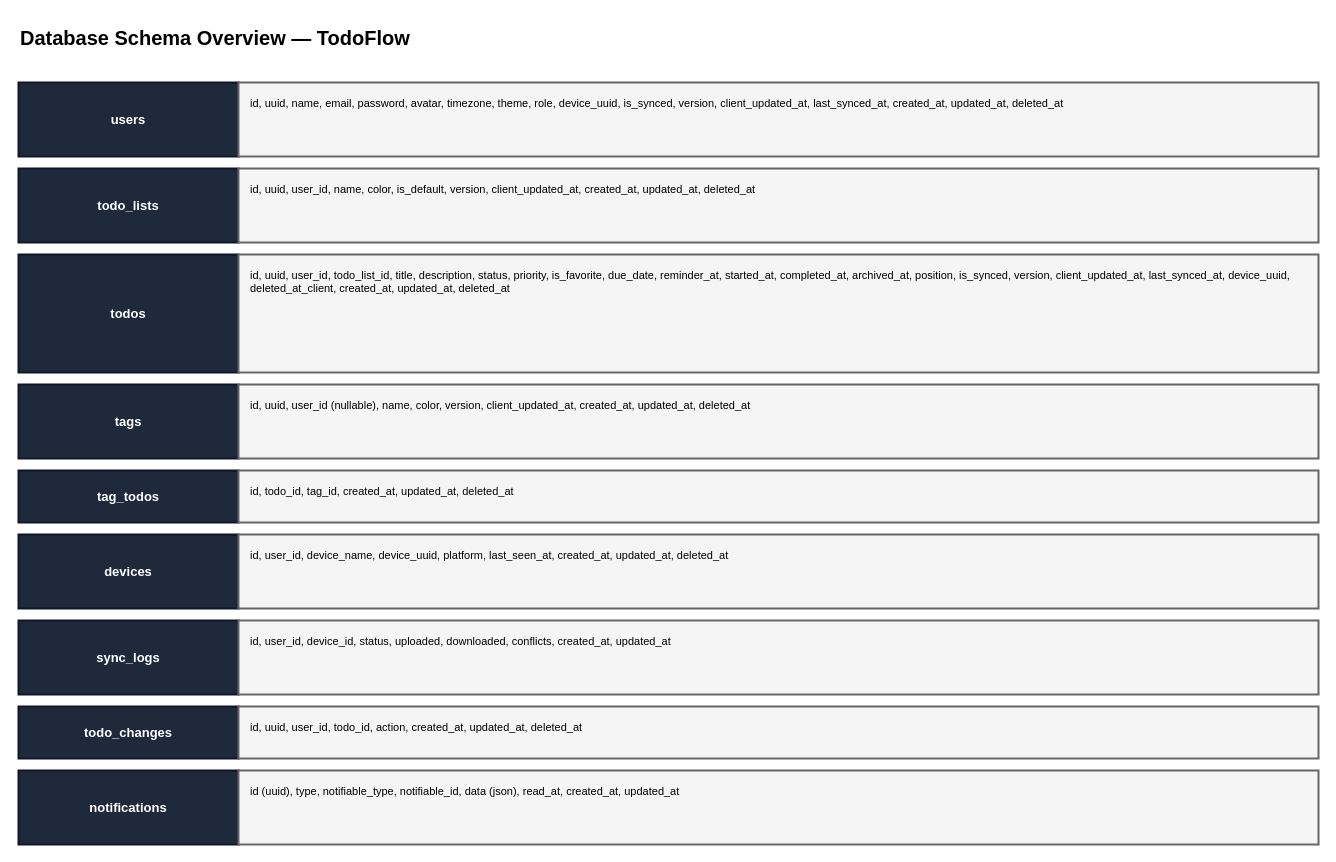
Wuninsu/my-todo keeps this draw.io diagram as ProjectDocs/drawio/fig_3_6_schema.drawio. Above is the earlier version. Source tidied: cells renumbered, new cells numbered last; positions are measured from the earlier drawing's top-left corner, leaving out a move shared by most shapes. Both pictures are drawn from the tidied source at 100%, with x=0, y=0 at pixel (18, 17).
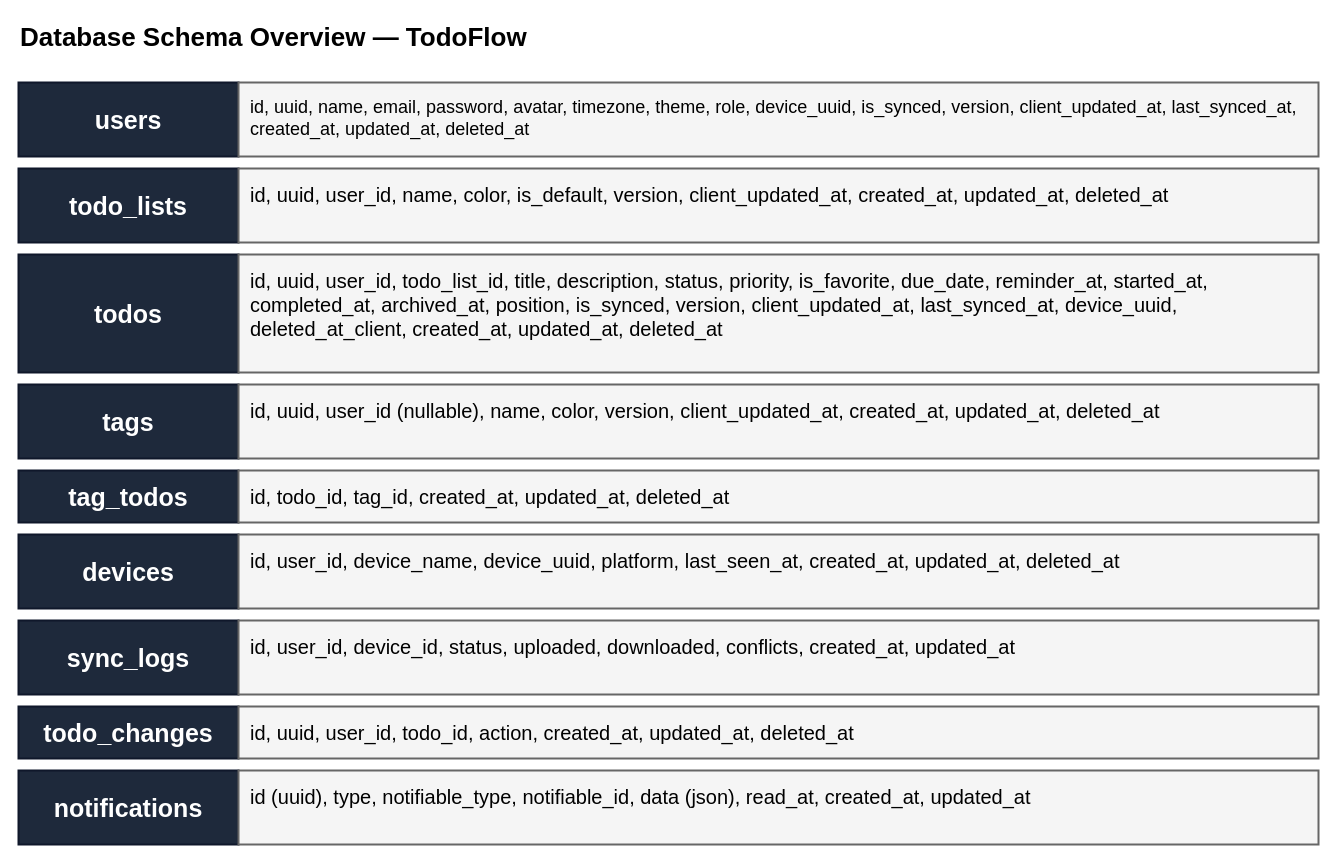
After the change.

What changed in the source:
```diff
@@
-    <mxCell id="2" value="Database Schema Overview — TodoFlow" style="text;html=1;align=left;verticalAlign=middle;fontSize=20;fontStyle=1;" parent="1" vertex="1">
+    <mxCell id="2" value="Database Schema Overview — TodoFlow" style="text;html=1;align=left;verticalAlign=middle;fontSize=26;fontStyle=1;" parent="1" vertex="1">
       <mxGeometry width="900" height="40" as="geometry" />
     </mxCell>
-    <mxCell id="3" value="users" style="rounded=0;whiteSpace=wrap;html=1;fillColor=#1e293b;strokeColor=#0f172a;fontSize=13;align=center;valign=middle;strokeWidth=2;fontStyle=1;fontColor=#ffffff;" parent="1" vertex="1">
+    <mxCell id="3" value="users" style="rounded=0;whiteSpace=wrap;html=1;fillColor=#1e293b;strokeColor=#0f172a;fontSize=25;align=center;valign=middle;strokeWidth=2;fontStyle=1;fontColor=#ffffff;" parent="1" vertex="1">
       <mxGeometry y="65" width="220" height="74" as="geometry" />
     </mxCell>
-    <mxCell id="4" value="id, uuid, name, email, password, avatar, timezone, theme, role, device_uuid, is_synced, version, client_updated_at, last_synced_at, created_at, updated_at, deleted_at" style="rounded=0;whiteSpace=wrap;html=1;fillColor=#f5f5f5;strokeColor=#666666;fontSize=11;align=left;valign=middle;strokeWidth=2;verticalAlign=top;spacingLeft=10;spacingTop=8;" parent="1" vertex="1">
+    <mxCell id="4" value="&lt;font style=&quot;font-size: 18px;&quot;&gt;id, uuid, name, email, password, avatar, timezone, theme, role, device_uuid, is_synced, version, client_updated_at, last_synced_at, created_at, updated_at, deleted_at&lt;/font&gt;" style="rounded=0;whiteSpace=wrap;html=1;fillColor=#f5f5f5;strokeColor=#666666;fontSize=11;align=left;valign=middle;strokeWidth=2;verticalAlign=top;spacingLeft=10;spacingTop=8;" parent="1" vertex="1">
       <mxGeometry x="220" y="65" width="1080" height="74" as="geometry" />
     </mxCell>
-    <mxCell id="5" value="todo_lists" style="rounded=0;whiteSpace=wrap;html=1;fillColor=#1e293b;strokeColor=#0f172a;fontSize=13;align=center;valign=middle;strokeWidth=2;fontStyle=1;fontColor=#ffffff;" parent="1" vertex="1">
+    <mxCell id="5" value="todo_lists" style="rounded=0;whiteSpace=wrap;html=1;fillColor=#1e293b;strokeColor=#0f172a;fontSize=25;align=center;valign=middle;strokeWidth=2;fontStyle=1;fontColor=#ffffff;" parent="1" vertex="1">
       <mxGeometry y="151" width="220" height="74" as="geometry" />
     </mxCell>
-    <mxCell id="6" value="id, uuid, user_id, name, color, is_default, version, client_updated_at, created_at, updated_at, deleted_at" style="rounded=0;whiteSpace=wrap;html=1;fillColor=#f5f5f5;strokeColor=#666666;fontSize=11;align=left;valign=middle;strokeWidth=2;verticalAlign=top;spacingLeft=10;spacingTop=8;" parent="1" vertex="1">
+    <mxCell id="6" value="id, uuid, user_id, name, color, is_default, version, client_updated_at, created_at, updated_at, deleted_at" style="rounded=0;whiteSpace=wrap;html=1;fillColor=#f5f5f5;strokeColor=#666666;fontSize=20;align=left;valign=middle;strokeWidth=2;verticalAlign=top;spacingLeft=10;spacingTop=8;" parent="1" vertex="1">
       <mxGeometry x="220" y="151" width="1080" height="74" as="geometry" />
     </mxCell>
-    <mxCell id="7" value="todos" style="rounded=0;whiteSpace=wrap;html=1;fillColor=#1e293b;strokeColor=#0f172a;fontSize=13;align=center;valign=middle;strokeWidth=2;fontStyle=1;fontColor=#ffffff;" parent="1" vertex="1">
+    <mxCell id="7" value="todos" style="rounded=0;whiteSpace=wrap;html=1;fillColor=#1e293b;strokeColor=#0f172a;fontSize=25;align=center;valign=middle;strokeWidth=2;fontStyle=1;fontColor=#ffffff;" parent="1" vertex="1">
       <mxGeometry y="237" width="220" height="118" as="geometry" />
     </mxCell>
-    <mxCell id="8" value="id, uuid, user_id, todo_list_id, title, description, status, priority, is_favorite, due_date, reminder_at, started_at, completed_at, archived_at, position, is_synced, version, client_updated_at, last_synced_at, device_uuid, deleted_at_client, created_at, updated_at, deleted_at" style="rounded=0;whiteSpace=wrap;html=1;fillColor=#f5f5f5;strokeColor=#666666;fontSize=11;align=left;valign=middle;strokeWidth=2;verticalAlign=top;spacingLeft=10;spacingTop=8;" parent="1" vertex="1">
+    <mxCell id="8" value="id, uuid, user_id, todo_list_id, title, description, status, priority, is_favorite, due_date, reminder_at, started_at, completed_at, archived_at, position, is_synced, version, client_updated_at, last_synced_at, device_uuid, deleted_at_client, created_at, updated_at, deleted_at" style="rounded=0;whiteSpace=wrap;html=1;fillColor=#f5f5f5;strokeColor=#666666;fontSize=20;align=left;valign=middle;strokeWidth=2;verticalAlign=top;spacingLeft=10;spacingTop=8;" parent="1" vertex="1">
       <mxGeometry x="220" y="237" width="1080" height="118" as="geometry" />
     </mxCell>
-    <mxCell id="9" value="tags" style="rounded=0;whiteSpace=wrap;html=1;fillColor=#1e293b;strokeColor=#0f172a;fontSize=13;align=center;valign=middle;strokeWidth=2;fontStyle=1;fontColor=#ffffff;" parent="1" vertex="1">
+    <mxCell id="9" value="tags" style="rounded=0;whiteSpace=wrap;html=1;fillColor=#1e293b;strokeColor=#0f172a;fontSize=25;align=center;valign=middle;strokeWidth=2;fontStyle=1;fontColor=#ffffff;" parent="1" vertex="1">
       <mxGeometry y="367" width="220" height="74" as="geometry" />
     </mxCell>
-    <mxCell id="10" value="id, uuid, user_id (nullable), name, color, version, client_updated_at, created_at, updated_at, deleted_at" style="rounded=0;whiteSpace=wrap;html=1;fillColor=#f5f5f5;strokeColor=#666666;fontSize=11;align=left;valign=middle;strokeWidth=2;verticalAlign=top;spacingLeft=10;spacingTop=8;" parent="1" vertex="1">
+    <mxCell id="10" value="id, uuid, user_id (nullable), name, color, version, client_updated_at, created_at, updated_at, deleted_at" style="rounded=0;whiteSpace=wrap;html=1;fillColor=#f5f5f5;strokeColor=#666666;fontSize=20;align=left;valign=middle;strokeWidth=2;verticalAlign=top;spacingLeft=10;spacingTop=8;" parent="1" vertex="1">
       <mxGeometry x="220" y="367" width="1080" height="74" as="geometry" />
     </mxCell>
-    <mxCell id="11" value="tag_todos" style="rounded=0;whiteSpace=wrap;html=1;fillColor=#1e293b;strokeColor=#0f172a;fontSize=13;align=center;valign=middle;strokeWidth=2;fontStyle=1;fontColor=#ffffff;" parent="1" vertex="1">
+    <mxCell id="11" value="tag_todos" style="rounded=0;whiteSpace=wrap;html=1;fillColor=#1e293b;strokeColor=#0f172a;fontSize=25;align=center;valign=middle;strokeWidth=2;fontStyle=1;fontColor=#ffffff;" parent="1" vertex="1">
       <mxGeometry y="453" width="220" height="52" as="geometry" />
     </mxCell>
-    <mxCell id="12" value="id, todo_id, tag_id, created_at, updated_at, deleted_at" style="rounded=0;whiteSpace=wrap;html=1;fillColor=#f5f5f5;strokeColor=#666666;fontSize=11;align=left;valign=middle;strokeWidth=2;verticalAlign=top;spacingLeft=10;spacingTop=8;" parent="1" vertex="1">
+    <mxCell id="12" value="id, todo_id, tag_id, created_at, updated_at, deleted_at" style="rounded=0;whiteSpace=wrap;html=1;fillColor=#f5f5f5;strokeColor=#666666;fontSize=20;align=left;valign=middle;strokeWidth=2;verticalAlign=top;spacingLeft=10;spacingTop=8;" parent="1" vertex="1">
       <mxGeometry x="220" y="453" width="1080" height="52" as="geometry" />
     </mxCell>
-    <mxCell id="13" value="devices" style="rounded=0;whiteSpace=wrap;html=1;fillColor=#1e293b;strokeColor=#0f172a;fontSize=13;align=center;valign=middle;strokeWidth=2;fontStyle=1;fontColor=#ffffff;" parent="1" vertex="1">
+    <mxCell id="13" value="devices" style="rounded=0;whiteSpace=wrap;html=1;fillColor=#1e293b;strokeColor=#0f172a;fontSize=25;align=center;valign=middle;strokeWidth=2;fontStyle=1;fontColor=#ffffff;" parent="1" vertex="1">
       <mxGeometry y="517" width="220" height="74" as="geometry" />
     </mxCell>
-    <mxCell id="14" value="id, user_id, device_name, device_uuid, platform, last_seen_at, created_at, updated_at, deleted_at" style="rounded=0;whiteSpace=wrap;html=1;fillColor=#f5f5f5;strokeColor=#666666;fontSize=11;align=left;valign=middle;strokeWidth=2;verticalAlign=top;spacingLeft=10;spacingTop=8;" parent="1" vertex="1">
+    <mxCell id="14" value="id, user_id, device_name, device_uuid, platform, last_seen_at, created_at, updated_at, deleted_at" style="rounded=0;whiteSpace=wrap;html=1;fillColor=#f5f5f5;strokeColor=#666666;fontSize=20;align=left;valign=middle;strokeWidth=2;verticalAlign=top;spacingLeft=10;spacingTop=8;" parent="1" vertex="1">
       <mxGeometry x="220" y="517" width="1080" height="74" as="geometry" />
     </mxCell>
-    <mxCell id="15" value="sync_logs" style="rounded=0;whiteSpace=wrap;html=1;fillColor=#1e293b;strokeColor=#0f172a;fontSize=13;align=center;valign=middle;strokeWidth=2;fontStyle=1;fontColor=#ffffff;" parent="1" vertex="1">
+    <mxCell id="15" value="sync_logs" style="rounded=0;whiteSpace=wrap;html=1;fillColor=#1e293b;strokeColor=#0f172a;fontSize=25;align=center;valign=middle;strokeWidth=2;fontStyle=1;fontColor=#ffffff;" parent="1" vertex="1">
       <mxGeometry y="603" width="220" height="74" as="geometry" />
     </mxCell>
-    <mxCell id="16" value="id, user_id, device_id, status, uploaded, downloaded, conflicts, created_at, updated_at" style="rounded=0;whiteSpace=wrap;html=1;fillColor=#f5f5f5;strokeColor=#666666;fontSize=11;align=left;valign=middle;strokeWidth=2;verticalAlign=top;spacingLeft=10;spacingTop=8;" parent="1" vertex="1">
+    <mxCell id="16" value="id, user_id, device_id, status, uploaded, downloaded, conflicts, created_at, updated_at" style="rounded=0;whiteSpace=wrap;html=1;fillColor=#f5f5f5;strokeColor=#666666;fontSize=20;align=left;valign=middle;strokeWidth=2;verticalAlign=top;spacingLeft=10;spacingTop=8;" parent="1" vertex="1">
       <mxGeometry x="220" y="603" width="1080" height="74" as="geometry" />
     </mxCell>
-    <mxCell id="17" value="todo_changes" style="rounded=0;whiteSpace=wrap;html=1;fillColor=#1e293b;strokeColor=#0f172a;fontSize=13;align=center;valign=middle;strokeWidth=2;fontStyle=1;fontColor=#ffffff;" parent="1" vertex="1">
+    <mxCell id="17" value="todo_changes" style="rounded=0;whiteSpace=wrap;html=1;fillColor=#1e293b;strokeColor=#0f172a;fontSize=25;align=center;valign=middle;strokeWidth=2;fontStyle=1;fontColor=#ffffff;" parent="1" vertex="1">
       <mxGeometry y="689" width="220" height="52" as="geometry" />
     </mxCell>
-    <mxCell id="18" value="id, uuid, user_id, todo_id, action, created_at, updated_at, deleted_at" style="rounded=0;whiteSpace=wrap;html=1;fillColor=#f5f5f5;strokeColor=#666666;fontSize=11;align=left;valign=middle;strokeWidth=2;verticalAlign=top;spacingLeft=10;spacingTop=8;" parent="1" vertex="1">
+    <mxCell id="18" value="id, uuid, user_id, todo_id, action, created_at, updated_at, deleted_at" style="rounded=0;whiteSpace=wrap;html=1;fillColor=#f5f5f5;strokeColor=#666666;fontSize=20;align=left;valign=middle;strokeWidth=2;verticalAlign=top;spacingLeft=10;spacingTop=8;" parent="1" vertex="1">
       <mxGeometry x="220" y="689" width="1080" height="52" as="geometry" />
     </mxCell>
-    <mxCell id="19" value="notifications" style="rounded=0;whiteSpace=wrap;html=1;fillColor=#1e293b;strokeColor=#0f172a;fontSize=13;align=center;valign=middle;strokeWidth=2;fontStyle=1;fontColor=#ffffff;" parent="1" vertex="1">
+    <mxCell id="19" value="notifications" style="rounded=0;whiteSpace=wrap;html=1;fillColor=#1e293b;strokeColor=#0f172a;fontSize=25;align=center;valign=middle;strokeWidth=2;fontStyle=1;fontColor=#ffffff;" parent="1" vertex="1">
       <mxGeometry y="753" width="220" height="74" as="geometry" />
     </mxCell>
-    <mxCell id="20" value="id (uuid), type, notifiable_type, notifiable_id, data (json), read_at, created_at, updated_at" style="rounded=0;whiteSpace=wrap;html=1;fillColor=#f5f5f5;strokeColor=#666666;fontSize=11;align=left;valign=middle;strokeWidth=2;verticalAlign=top;spacingLeft=10;spacingTop=8;" parent="1" vertex="1">
+    <mxCell id="20" value="id (uuid), type, notifiable_type, notifiable_id, data (json), read_at, created_at, updated_at" style="rounded=0;whiteSpace=wrap;html=1;fillColor=#f5f5f5;strokeColor=#666666;fontSize=20;align=left;valign=middle;strokeWidth=2;verticalAlign=top;spacingLeft=10;spacingTop=8;" parent="1" vertex="1">
       <mxGeometry x="220" y="753" width="1080" height="74" as="geometry" />
     </mxCell>
```
